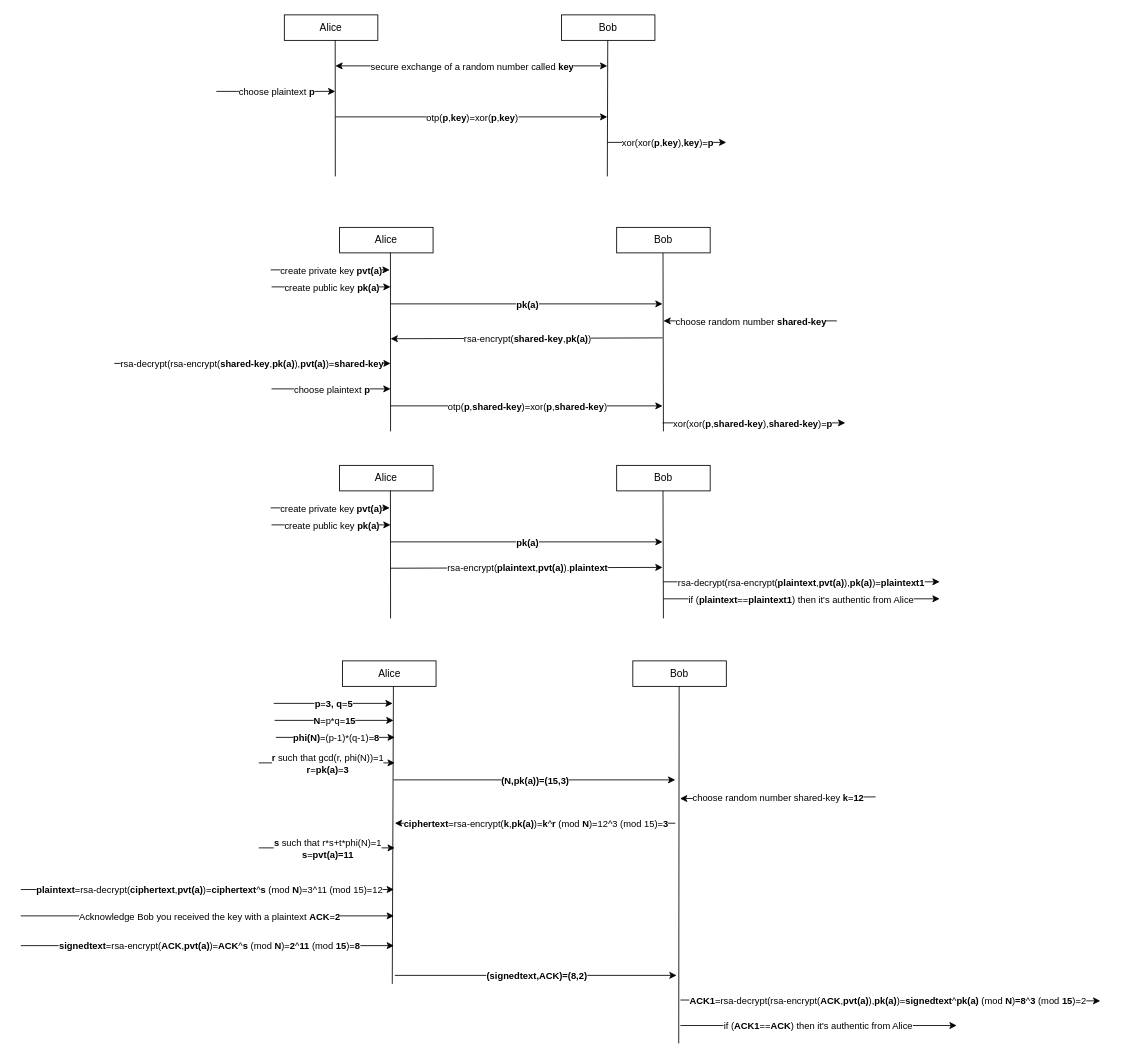
This is cybersecurity_2023/imgs/asym-enc.drawio from v-research/edu, a draw.io file, before an edit. Source tidied: cells renumbered, new cells numbered last; positions are measured from the earlier drawing's top-left corner, leaving out a move shared by most shapes. Both pictures are drawn from the tidied source at 85%, with x=0, y=0 at pixel (20, 14).
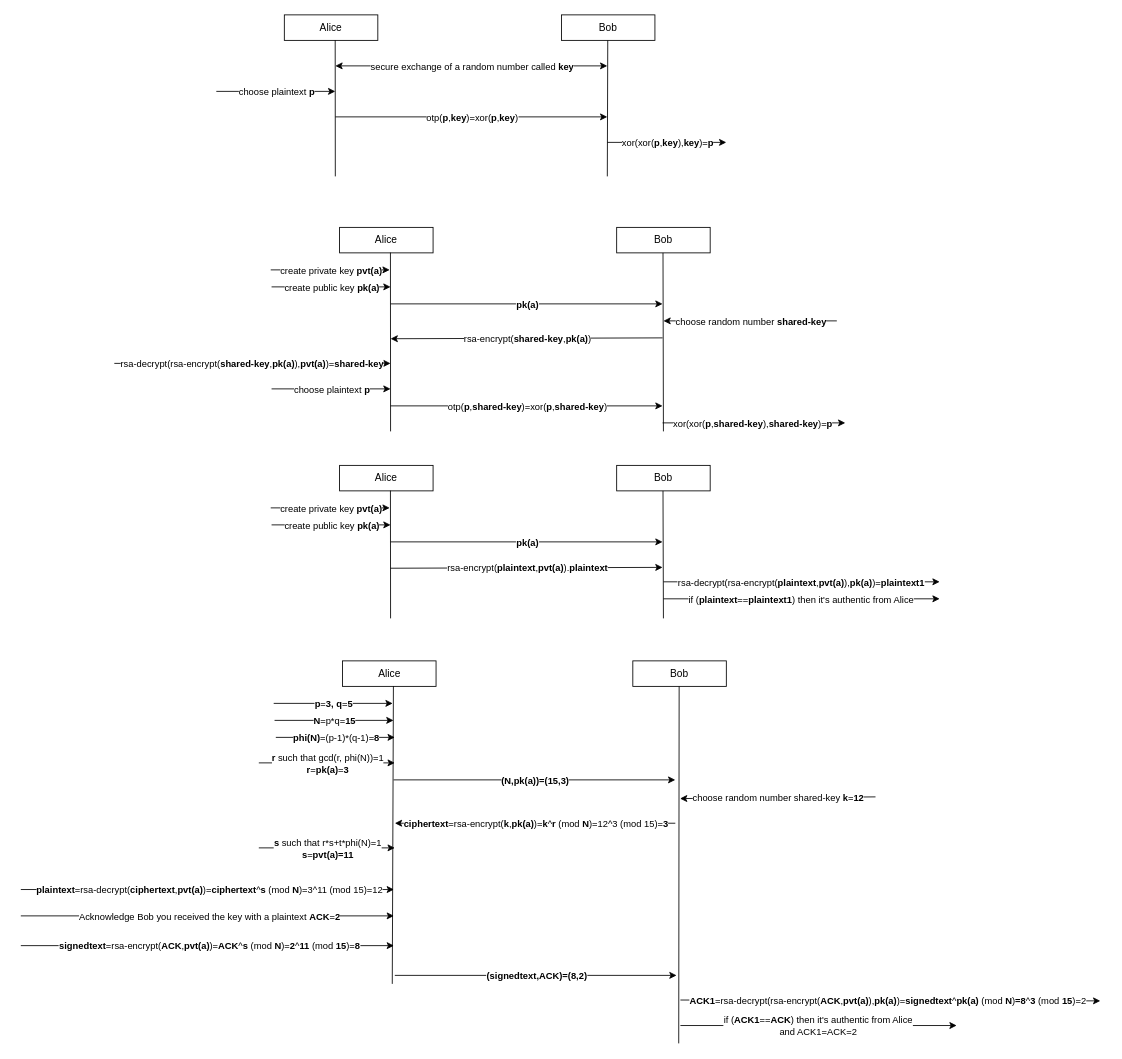
Above is the later version.

The change refers to these unchanged cells:
```xml
<mxCell id="64" style="endArrow=classic;html=1;rounded=0;" parent="1" edge="1">
  <mxGeometry relative="1" as="geometry">
    <mxPoint x="776" y="1189" as="sourcePoint" />
    <mxPoint x="1101" y="1189" as="targetPoint" />
  </mxGeometry>
</mxCell>
```

The edit, as a diff of the source:
```diff
@@
-    <mxCell id="65" value="if (&lt;b&gt;ACK1&lt;/b&gt;==&lt;b&gt;ACK&lt;/b&gt;) then it's authentic from Alice" style="edgeLabel;html=1;align=center;verticalAlign=middle;" parent="64" vertex="1">
+    <mxCell id="65" value="if (&lt;b&gt;ACK1&lt;/b&gt;==&lt;b&gt;ACK&lt;/b&gt;) then it's authentic from Alice&lt;br&gt;and ACK1=ACK=2" style="edgeLabel;html=1;align=center;verticalAlign=middle;" parent="64" vertex="1">
       <mxGeometry relative="1" as="geometry">
         <mxPoint x="-2" as="offset" />
       </mxGeometry>
     </mxCell>
```
